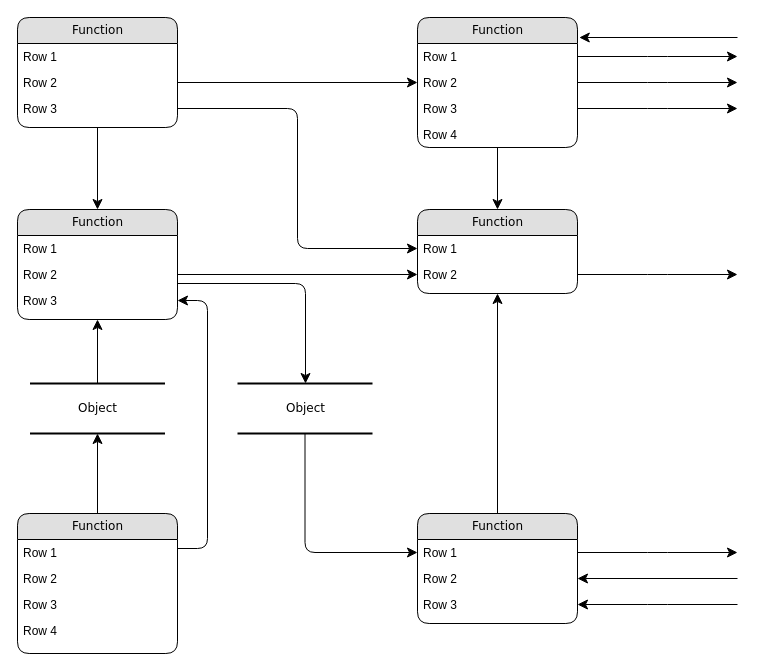
This is Диаграмма без названия.drawio from AffectEngine/FeetFit, a draw.io file, before an edit. Source tidied: cells renumbered, new cells numbered last; positions are measured from the earlier drawing's top-left corner, leaving out a move shared by most shapes. Both pictures are drawn from the tidied source at 100%, with x=0, y=0 at pixel (17, 17).
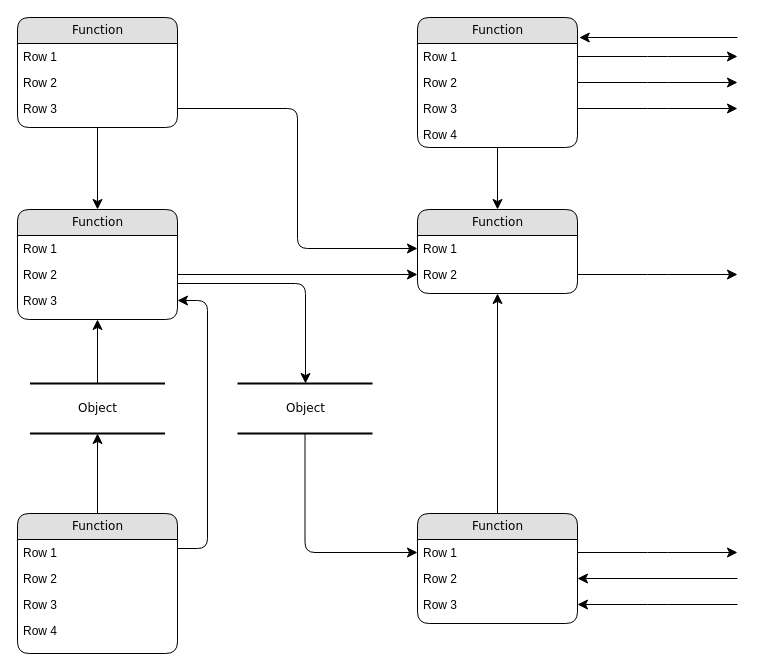
After the change.

Unchanged cells that the change refers to:
```xml
<mxCell id="5" value="Row 2" style="text;html=1;strokeColor=none;fillColor=none;spacingLeft=4;spacingRight=4;whiteSpace=wrap;overflow=hidden;points=[[0,0.5],[1,0.5]];portConstraint=eastwest;" parent="3" vertex="1">
  <mxGeometry y="52" width="160" height="26" as="geometry" />
</mxCell>
<mxCell id="9" value="Row 2" style="text;html=1;strokeColor=none;fillColor=none;spacingLeft=4;spacingRight=4;whiteSpace=wrap;overflow=hidden;points=[[0,0.5],[1,0.5]];portConstraint=eastwest;" parent="7" vertex="1">
  <mxGeometry y="52" width="160" height="26" as="geometry" />
</mxCell>
```

Change to the diagram source:
```diff
@@
-    <mxCell id="37" style="edgeStyle=orthogonalEdgeStyle;html=1;entryX=0;entryY=0.5;labelBackgroundColor=none;startFill=0;startSize=8;endFill=1;endSize=8;fontFamily=Verdana;fontSize=12;exitX=1;exitY=0.5;" parent="1" edge="1" source="5" target="9">
-      <mxGeometry relative="1" as="geometry" />
-    </mxCell>
```
